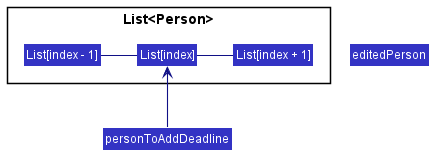
Earlier version of the PlantUML export docs/images/DeadlineState3.png (weijuey/tp).
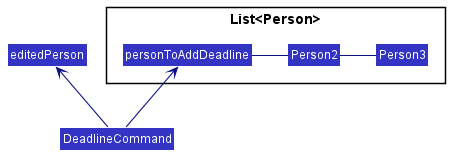
The same diagram one commit later.

The edit, as a diff of the source:
```diff
@@ -5,17 +5,17 @@
 skinparam classBackgroundColor LOGIC_COLOR
 
 package List<Person> {
-Class "List[index - 1]" as Person1
-Class "List[index]" as Person2
-Class "List[index + 1]" as Person3
+Class "personToAddDeadline" as Person1
+Class "Person2" as Person2
+Class "Person3" as Person3
 }
 
 Class "editedPerson" as Person4
 
-
 Person1 - Person2
 Person2 - Person3
 
-class Pointer as "personToAddDeadline"
-Pointer -up-> Person2
+class Pointer as "DeadlineCommand"
+Pointer -up-> Person1
+Pointer -up-> Person4
 @enduml
```
